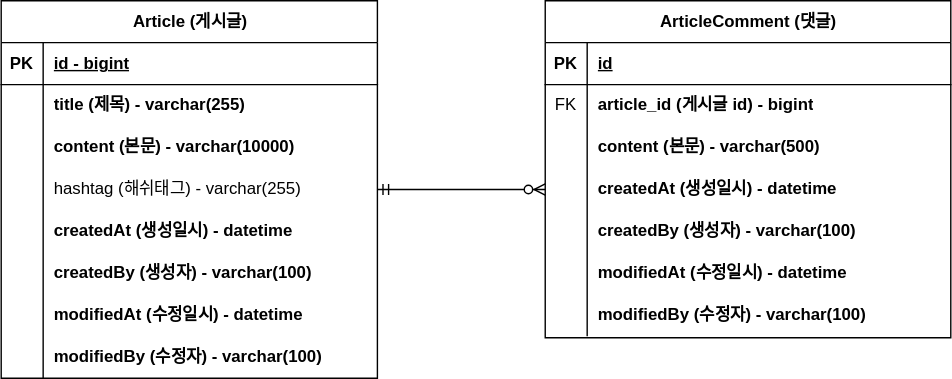
This is document/project-board-erd.svg from ChangGyu-Ryu/fastcampus-project-board, a draw.io export, as it was before one commit. Source tidied: cells renumbered, new cells last; positions are measured from the earlier drawing's top-left corner, leaving out a move shared by most shapes.
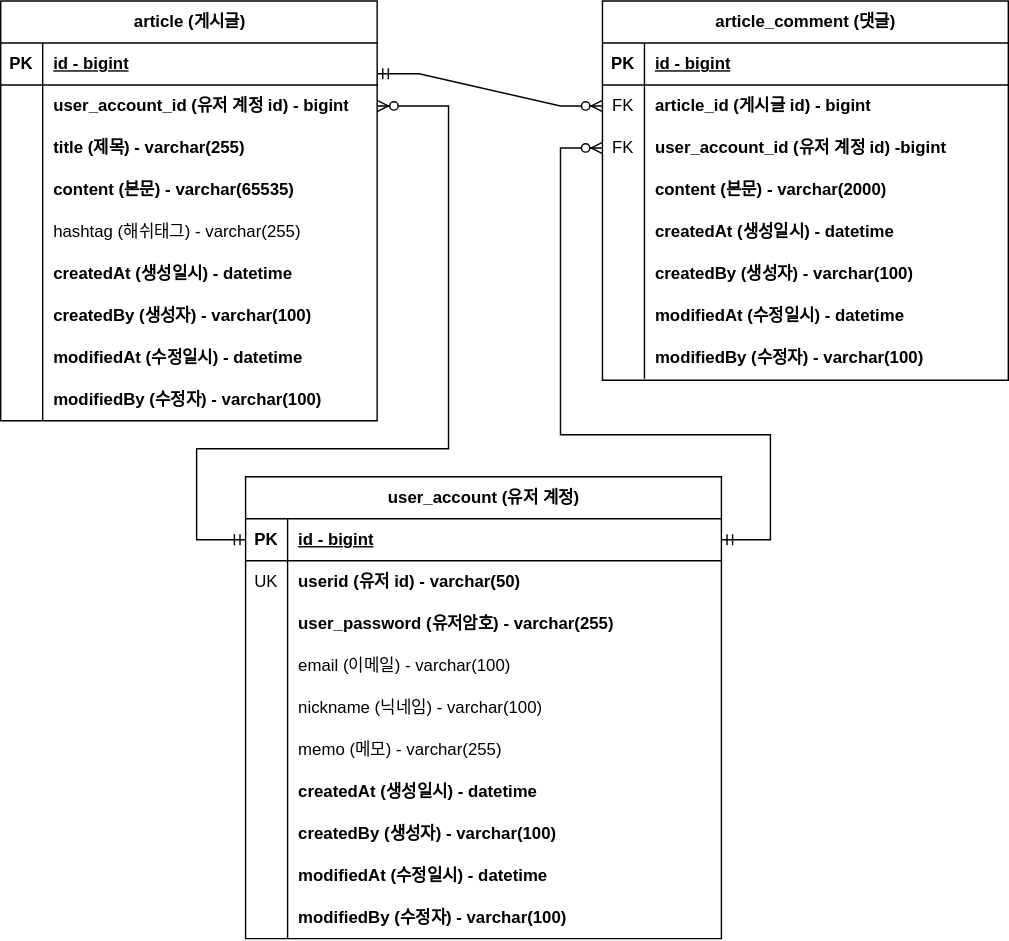
After the change.

Commit message:
#17 - 회원 계정 도메인 구현 및 erd 반영

What changed in the source:
```diff
@@ -4,4 +4,4 @@
     <mxCell id="1" parent="0" />
-    <mxCell id="2" value="Article (게시글)" style="shape=table;startSize=30;rowLines=0;fontStyle=1;align=center;html=1;" parent="1" vertex="1">
-      <mxGeometry width="269" height="270" as="geometry" />
+    <mxCell id="2" value="art&lt;span style=&quot;background-color: initial;&quot;&gt;icle (게시글)&lt;/span&gt;" style="shape=table;startSize=30;rowLines=0;fontStyle=1;align=center;html=1;" parent="1" vertex="1">
+      <mxGeometry x="-21" width="269" height="300" as="geometry" />
     </mxCell>
@@ -16,4 +16,13 @@
     </mxCell>
+    <mxCell id="50" style="shape=tableRow;horizontal=0;startSize=0;swimlaneHead=0;swimlaneBody=0;fillColor=none;points=[[0,0.5],[1,0.5]];portConstraint=eastwest;top=0;left=0;right=0;bottom=0;" parent="2" vertex="1">
+      <mxGeometry y="60" width="269" height="30" as="geometry" />
+    </mxCell>
+    <mxCell id="51" style="shape=partialRectangle;fillColor=none;top=0;left=0;bottom=0;right=0;overflow=hidden;whiteSpace=wrap;html=1;" parent="50" vertex="1">
+      <mxGeometry width="30" height="30" as="geometry" />
+    </mxCell>
+    <mxCell id="52" value="user_account_id (유저 계정 id) - bigint" style="shape=partialRectangle;fillColor=none;top=0;left=0;bottom=0;right=0;align=left;spacingLeft=6;overflow=hidden;whiteSpace=wrap;html=1;fontStyle=1;" parent="50" vertex="1">
+      <mxGeometry x="30" width="239" height="30" as="geometry" />
+    </mxCell>
     <mxCell id="6" style="shape=tableRow;horizontal=0;startSize=0;swimlaneHead=0;swimlaneBody=0;fillColor=none;top=0;left=0;right=0;bottom=0;" parent="2" vertex="1">
-      <mxGeometry y="60" width="269" height="30" as="geometry" />
+      <mxGeometry y="90" width="269" height="30" as="geometry" />
     </mxCell>
@@ -26,3 +35,3 @@
     <mxCell id="9" style="shape=tableRow;horizontal=0;startSize=0;swimlaneHead=0;swimlaneBody=0;fillColor=none;top=0;left=0;right=0;bottom=0;" parent="2" vertex="1">
-      <mxGeometry y="90" width="269" height="30" as="geometry" />
+      <mxGeometry y="120" width="269" height="30" as="geometry" />
     </mxCell>
@@ -31,3 +40,3 @@
     </mxCell>
-    <mxCell id="11" value="content (본문) - varchar(10000)" style="shape=partialRectangle;fillColor=none;top=0;left=0;bottom=0;right=0;align=left;spacingLeft=6;overflow=hidden;whiteSpace=wrap;html=1;fontStyle=1;" parent="9" vertex="1">
+    <mxCell id="11" value="content (본문) - varchar(65535)" style="shape=partialRectangle;fillColor=none;top=0;left=0;bottom=0;right=0;align=left;spacingLeft=6;overflow=hidden;whiteSpace=wrap;html=1;fontStyle=1;" parent="9" vertex="1">
       <mxGeometry x="30" width="239" height="30" as="geometry" />
@@ -35,3 +44,3 @@
     <mxCell id="12" style="shape=tableRow;horizontal=0;startSize=0;swimlaneHead=0;swimlaneBody=0;fillColor=none;points=[[0,0.5],[1,0.5]];portConstraint=eastwest;top=0;left=0;right=0;bottom=0;" parent="2" vertex="1">
-      <mxGeometry y="120" width="269" height="30" as="geometry" />
+      <mxGeometry y="150" width="269" height="30" as="geometry" />
     </mxCell>
@@ -44,3 +53,3 @@
     <mxCell id="15" style="shape=tableRow;horizontal=0;startSize=0;swimlaneHead=0;swimlaneBody=0;fillColor=none;top=0;left=0;right=0;bottom=0;" parent="2" vertex="1">
-      <mxGeometry y="150" width="269" height="30" as="geometry" />
+      <mxGeometry y="180" width="269" height="30" as="geometry" />
     </mxCell>
@@ -53,3 +62,3 @@
     <mxCell id="18" style="shape=tableRow;horizontal=0;startSize=0;swimlaneHead=0;swimlaneBody=0;fillColor=none;top=0;left=0;right=0;bottom=0;" parent="2" vertex="1">
-      <mxGeometry y="180" width="269" height="30" as="geometry" />
+      <mxGeometry y="210" width="269" height="30" as="geometry" />
     </mxCell>
@@ -62,3 +71,3 @@
     <mxCell id="21" style="shape=tableRow;horizontal=0;startSize=0;swimlaneHead=0;swimlaneBody=0;fillColor=none;top=0;left=0;right=0;bottom=0;" parent="2" vertex="1">
-      <mxGeometry y="210" width="269" height="30" as="geometry" />
+      <mxGeometry y="240" width="269" height="30" as="geometry" />
     </mxCell>
@@ -71,3 +80,3 @@
     <mxCell id="24" style="shape=tableRow;horizontal=0;startSize=0;swimlaneHead=0;swimlaneBody=0;fillColor=none;top=0;left=0;right=0;bottom=0;" parent="2" vertex="1">
-      <mxGeometry y="240" width="269" height="30" as="geometry" />
+      <mxGeometry y="270" width="269" height="30" as="geometry" />
     </mxCell>
@@ -79,4 +88,4 @@
     </mxCell>
-    <mxCell id="27" value="ArticleComment (댓글)" style="shape=table;startSize=30;rowLines=0;fontStyle=1;align=center;html=1;" parent="1" vertex="1">
-      <mxGeometry x="389" width="290" height="241" as="geometry" />
+    <mxCell id="27" value="article_comment (댓글)" style="shape=table;startSize=30;rowLines=0;fontStyle=1;align=center;html=1;" parent="1" vertex="1">
+      <mxGeometry x="409" width="290" height="271" as="geometry" />
     </mxCell>
@@ -88,3 +97,3 @@
     </mxCell>
-    <mxCell id="30" value="id" style="shape=partialRectangle;fillColor=none;top=0;left=0;bottom=0;right=0;align=left;spacingLeft=6;fontStyle=5;overflow=hidden;whiteSpace=wrap;html=1;" parent="28" vertex="1">
+    <mxCell id="30" value="id - bigint" style="shape=partialRectangle;fillColor=none;top=0;left=0;bottom=0;right=0;align=left;spacingLeft=6;fontStyle=5;overflow=hidden;whiteSpace=wrap;html=1;" parent="28" vertex="1">
       <mxGeometry x="30" width="260" height="30" as="geometry" />
@@ -100,4 +109,13 @@
     </mxCell>
+    <mxCell id="53" style="shape=tableRow;horizontal=0;startSize=0;swimlaneHead=0;swimlaneBody=0;fillColor=none;points=[[0,0.5],[1,0.5]];portConstraint=eastwest;top=0;left=0;right=0;bottom=0;" parent="27" vertex="1">
+      <mxGeometry y="90" width="290" height="30" as="geometry" />
+    </mxCell>
+    <mxCell id="54" value="FK" style="shape=partialRectangle;fillColor=none;top=0;left=0;bottom=0;right=0;overflow=hidden;whiteSpace=wrap;html=1;" parent="53" vertex="1">
+      <mxGeometry width="30" height="30" as="geometry" />
+    </mxCell>
+    <mxCell id="55" value="user_account_id (유저 계정 id) -bigint" style="shape=partialRectangle;fillColor=none;top=0;left=0;bottom=0;right=0;align=left;spacingLeft=6;overflow=hidden;whiteSpace=wrap;html=1;fontStyle=1;" parent="53" vertex="1">
+      <mxGeometry x="30" width="260" height="30" as="geometry" />
+    </mxCell>
     <mxCell id="34" style="shape=tableRow;horizontal=0;startSize=0;swimlaneHead=0;swimlaneBody=0;fillColor=none;top=0;left=0;right=0;bottom=0;" parent="27" vertex="1">
-      <mxGeometry y="90" width="290" height="30" as="geometry" />
+      <mxGeometry y="120" width="290" height="30" as="geometry" />
     </mxCell>
@@ -106,3 +124,3 @@
     </mxCell>
-    <mxCell id="36" value="content (본문) - varchar(500)" style="shape=partialRectangle;fillColor=none;top=0;left=0;bottom=0;right=0;align=left;spacingLeft=6;overflow=hidden;whiteSpace=wrap;html=1;fontStyle=1;" parent="34" vertex="1">
+    <mxCell id="36" value="content (본문) - varchar(2000)" style="shape=partialRectangle;fillColor=none;top=0;left=0;bottom=0;right=0;align=left;spacingLeft=6;overflow=hidden;whiteSpace=wrap;html=1;fontStyle=1;" parent="34" vertex="1">
       <mxGeometry x="30" width="260" height="30" as="geometry" />
@@ -110,3 +128,3 @@
     <mxCell id="37" style="shape=tableRow;horizontal=0;startSize=0;swimlaneHead=0;swimlaneBody=0;fillColor=none;points=[[0,0.5],[1,0.5]];portConstraint=eastwest;top=0;left=0;right=0;bottom=0;" parent="27" vertex="1">
-      <mxGeometry y="120" width="290" height="30" as="geometry" />
+      <mxGeometry y="150" width="290" height="30" as="geometry" />
     </mxCell>
@@ -119,3 +137,3 @@
     <mxCell id="40" style="shape=tableRow;horizontal=0;startSize=0;swimlaneHead=0;swimlaneBody=0;fillColor=none;top=0;left=0;right=0;bottom=0;" parent="27" vertex="1">
-      <mxGeometry y="150" width="290" height="30" as="geometry" />
+      <mxGeometry y="180" width="290" height="30" as="geometry" />
     </mxCell>
@@ -128,3 +146,3 @@
     <mxCell id="43" style="shape=tableRow;horizontal=0;startSize=0;swimlaneHead=0;swimlaneBody=0;fillColor=none;top=0;left=0;right=0;bottom=0;" parent="27" vertex="1">
-      <mxGeometry y="180" width="290" height="30" as="geometry" />
+      <mxGeometry y="210" width="290" height="30" as="geometry" />
     </mxCell>
@@ -137,3 +155,3 @@
     <mxCell id="46" style="shape=tableRow;horizontal=0;startSize=0;swimlaneHead=0;swimlaneBody=0;fillColor=none;top=0;left=0;right=0;bottom=0;" parent="27" vertex="1">
-      <mxGeometry y="210" width="290" height="30" as="geometry" />
+      <mxGeometry y="240" width="290" height="30" as="geometry" />
     </mxCell>
@@ -145,5 +163,123 @@
     </mxCell>
-    <mxCell id="49" style="edgeStyle=entityRelationEdgeStyle;fontSize=12;html=1;endArrow=ERzeroToMany;startArrow=ERmandOne;rounded=0;exitX=1;exitY=0.5;exitDx=0;exitDy=0;entryX=0;entryY=0.5;entryDx=0;entryDy=0;" parent="1" edge="1" source="12" target="37">
-      <mxGeometry relative="1" as="geometry" />
+    <mxCell id="49" style="edgeStyle=entityRelationEdgeStyle;fontSize=12;html=1;endArrow=ERzeroToMany;startArrow=ERmandOne;rounded=0;exitX=1;exitY=0.733;exitDx=0;exitDy=0;entryX=0;entryY=0.5;entryDx=0;entryDy=0;exitPerimeter=0;" parent="1" edge="1" source="3" target="31">
+      <mxGeometry relative="1" as="geometry">
+        <Array as="points">
+          <mxPoint x="269" y="40" />
+          <mxPoint x="269" y="40" />
+        </Array>
+      </mxGeometry>
     </mxCell>
+    <mxCell id="56" value="user_account (유저 계정)" style="shape=table;startSize=30;rowLines=0;fontStyle=1;align=center;html=1;" parent="1" vertex="1">
+      <mxGeometry x="154" y="340" width="340" height="330" as="geometry" />
+    </mxCell>
+    <mxCell id="57" style="shape=tableRow;horizontal=0;startSize=0;swimlaneHead=0;swimlaneBody=0;fillColor=none;points=[[0,0.5],[1,0.5]];portConstraint=eastwest;top=0;left=0;right=0;bottom=1;" parent="56" vertex="1">
+      <mxGeometry y="30" width="340" height="30" as="geometry" />
+    </mxCell>
+    <mxCell id="58" value="PK" style="shape=partialRectangle;fillColor=none;top=0;left=0;bottom=0;right=0;fontStyle=1;overflow=hidden;whiteSpace=wrap;html=1;" parent="57" vertex="1">
+      <mxGeometry width="30" height="30" as="geometry" />
+    </mxCell>
+    <mxCell id="59" value="id - bigint" style="shape=partialRectangle;fillColor=none;top=0;left=0;bottom=0;right=0;align=left;spacingLeft=6;fontStyle=5;overflow=hidden;whiteSpace=wrap;html=1;" parent="57" vertex="1">
+      <mxGeometry x="30" width="310" height="30" as="geometry" />
+    </mxCell>
+    <mxCell id="60" style="shape=tableRow;horizontal=0;startSize=0;swimlaneHead=0;swimlaneBody=0;fillColor=none;top=0;left=0;right=0;bottom=0;" parent="56" vertex="1">
+      <mxGeometry y="60" width="340" height="30" as="geometry" />
+    </mxCell>
+    <mxCell id="61" value="UK" style="shape=partialRectangle;fillColor=none;top=0;left=0;bottom=0;right=0;overflow=hidden;whiteSpace=wrap;html=1;" parent="60" vertex="1">
+      <mxGeometry width="30" height="30" as="geometry" />
+    </mxCell>
+    <mxCell id="62" value="userid (유저 id) - varchar(50)" style="shape=partialRectangle;fillColor=none;top=0;left=0;bottom=0;right=0;align=left;spacingLeft=6;overflow=hidden;whiteSpace=wrap;html=1;fontStyle=1;" parent="60" vertex="1">
+      <mxGeometry x="30" width="310" height="30" as="geometry" />
+    </mxCell>
+    <mxCell id="63" style="shape=tableRow;horizontal=0;startSize=0;swimlaneHead=0;swimlaneBody=0;fillColor=none;top=0;left=0;right=0;bottom=0;" parent="56" vertex="1">
+      <mxGeometry y="90" width="340" height="30" as="geometry" />
+    </mxCell>
+    <mxCell id="64" style="shape=partialRectangle;fillColor=none;top=0;left=0;bottom=0;right=0;overflow=hidden;whiteSpace=wrap;html=1;" parent="63" vertex="1">
+      <mxGeometry width="30" height="30" as="geometry" />
+    </mxCell>
+    <mxCell id="65" value="user_password (유저암호) - varchar(255)" style="shape=partialRectangle;fillColor=none;top=0;left=0;bottom=0;right=0;align=left;spacingLeft=6;overflow=hidden;whiteSpace=wrap;html=1;fontStyle=1;" parent="63" vertex="1">
+      <mxGeometry x="30" width="310" height="30" as="geometry" />
+    </mxCell>
+    <mxCell id="66" style="shape=tableRow;horizontal=0;startSize=0;swimlaneHead=0;swimlaneBody=0;fillColor=none;top=0;left=0;right=0;bottom=0;" parent="56" vertex="1">
+      <mxGeometry y="120" width="340" height="30" as="geometry" />
+    </mxCell>
+    <mxCell id="67" style="shape=partialRectangle;fillColor=none;top=0;left=0;bottom=0;right=0;overflow=hidden;whiteSpace=wrap;html=1;" parent="66" vertex="1">
+      <mxGeometry width="30" height="30" as="geometry" />
+    </mxCell>
+    <mxCell id="68" value="email (이메일) - varchar(100)" style="shape=partialRectangle;fillColor=none;top=0;left=0;bottom=0;right=0;align=left;spacingLeft=6;overflow=hidden;whiteSpace=wrap;html=1;" parent="66" vertex="1">
+      <mxGeometry x="30" width="310" height="30" as="geometry" />
+    </mxCell>
+    <mxCell id="69" style="shape=tableRow;horizontal=0;startSize=0;swimlaneHead=0;swimlaneBody=0;fillColor=none;top=0;left=0;right=0;bottom=0;" parent="56" vertex="1">
+      <mxGeometry y="150" width="340" height="30" as="geometry" />
+    </mxCell>
+    <mxCell id="70" style="shape=partialRectangle;fillColor=none;top=0;left=0;bottom=0;right=0;overflow=hidden;whiteSpace=wrap;html=1;" parent="69" vertex="1">
+      <mxGeometry width="30" height="30" as="geometry" />
+    </mxCell>
+    <mxCell id="71" value="nickname (닉네임) - varchar(100)" style="shape=partialRectangle;fillColor=none;top=0;left=0;bottom=0;right=0;align=left;spacingLeft=6;overflow=hidden;whiteSpace=wrap;html=1;" parent="69" vertex="1">
+      <mxGeometry x="30" width="310" height="30" as="geometry" />
+    </mxCell>
+    <mxCell id="72" style="shape=tableRow;horizontal=0;startSize=0;swimlaneHead=0;swimlaneBody=0;fillColor=none;top=0;left=0;right=0;bottom=0;" parent="56" vertex="1">
+      <mxGeometry y="180" width="340" height="30" as="geometry" />
+    </mxCell>
+    <mxCell id="73" style="shape=partialRectangle;fillColor=none;top=0;left=0;bottom=0;right=0;overflow=hidden;whiteSpace=wrap;html=1;" parent="72" vertex="1">
+      <mxGeometry width="30" height="30" as="geometry" />
+    </mxCell>
+    <mxCell id="74" value="memo (메모) - varchar(255)" style="shape=partialRectangle;fillColor=none;top=0;left=0;bottom=0;right=0;align=left;spacingLeft=6;overflow=hidden;whiteSpace=wrap;html=1;" parent="72" vertex="1">
+      <mxGeometry x="30" width="310" height="30" as="geometry" />
+    </mxCell>
+    <mxCell id="75" style="shape=tableRow;horizontal=0;startSize=0;swimlaneHead=0;swimlaneBody=0;fillColor=none;top=0;left=0;right=0;bottom=0;" parent="56" vertex="1">
+      <mxGeometry y="210" width="340" height="30" as="geometry" />
+    </mxCell>
+    <mxCell id="76" style="shape=partialRectangle;fillColor=none;top=0;left=0;bottom=0;right=0;overflow=hidden;whiteSpace=wrap;html=1;" parent="75" vertex="1">
+      <mxGeometry width="30" height="30" as="geometry" />
+    </mxCell>
+    <mxCell id="77" value="&lt;span style=&quot;font-weight: 700;&quot;&gt;createdAt (생성일시) - datetime&lt;/span&gt;" style="shape=partialRectangle;fillColor=none;top=0;left=0;bottom=0;right=0;align=left;spacingLeft=6;overflow=hidden;whiteSpace=wrap;html=1;" parent="75" vertex="1">
+      <mxGeometry x="30" width="310" height="30" as="geometry" />
+    </mxCell>
+    <mxCell id="78" style="shape=tableRow;horizontal=0;startSize=0;swimlaneHead=0;swimlaneBody=0;fillColor=none;top=0;left=0;right=0;bottom=0;" parent="56" vertex="1">
+      <mxGeometry y="240" width="340" height="30" as="geometry" />
+    </mxCell>
+    <mxCell id="79" style="shape=partialRectangle;fillColor=none;top=0;left=0;bottom=0;right=0;overflow=hidden;whiteSpace=wrap;html=1;" parent="78" vertex="1">
+      <mxGeometry width="30" height="30" as="geometry" />
+    </mxCell>
+    <mxCell id="80" value="&lt;span style=&quot;font-weight: 700;&quot;&gt;createdBy (생성자) - varchar(100)&lt;/span&gt;" style="shape=partialRectangle;fillColor=none;top=0;left=0;bottom=0;right=0;align=left;spacingLeft=6;overflow=hidden;whiteSpace=wrap;html=1;" parent="78" vertex="1">
+      <mxGeometry x="30" width="310" height="30" as="geometry" />
+    </mxCell>
+    <mxCell id="81" style="shape=tableRow;horizontal=0;startSize=0;swimlaneHead=0;swimlaneBody=0;fillColor=none;top=0;left=0;right=0;bottom=0;" parent="56" vertex="1">
+      <mxGeometry y="270" width="340" height="30" as="geometry" />
+    </mxCell>
+    <mxCell id="82" style="shape=partialRectangle;fillColor=none;top=0;left=0;bottom=0;right=0;overflow=hidden;whiteSpace=wrap;html=1;" parent="81" vertex="1">
+      <mxGeometry width="30" height="30" as="geometry" />
+    </mxCell>
+    <mxCell id="83" value="&lt;span style=&quot;font-weight: 700;&quot;&gt;modifiedAt (수정일시) - datetime&lt;/span&gt;" style="shape=partialRectangle;fillColor=none;top=0;left=0;bottom=0;right=0;align=left;spacingLeft=6;overflow=hidden;whiteSpace=wrap;html=1;" parent="81" vertex="1">
+      <mxGeometry x="30" width="310" height="30" as="geometry" />
+    </mxCell>
+    <mxCell id="84" style="shape=tableRow;horizontal=0;startSize=0;swimlaneHead=0;swimlaneBody=0;fillColor=none;top=0;left=0;right=0;bottom=0;" parent="56" vertex="1">
+      <mxGeometry y="300" width="340" height="30" as="geometry" />
+    </mxCell>
+    <mxCell id="85" style="shape=partialRectangle;fillColor=none;top=0;left=0;bottom=0;right=0;overflow=hidden;whiteSpace=wrap;html=1;" parent="84" vertex="1">
+      <mxGeometry width="30" height="30" as="geometry" />
+    </mxCell>
+    <mxCell id="86" value="&lt;span style=&quot;font-weight: 700;&quot;&gt;modifiedBy (수정자) - varchar(100)&lt;/span&gt;" style="shape=partialRectangle;fillColor=none;top=0;left=0;bottom=0;right=0;align=left;spacingLeft=6;overflow=hidden;whiteSpace=wrap;html=1;" parent="84" vertex="1">
+      <mxGeometry x="30" width="310" height="30" as="geometry" />
+    </mxCell>
+    <mxCell id="87" style="edgeStyle=orthogonalEdgeStyle;fontSize=12;html=1;endArrow=ERzeroToMany;startArrow=ERmandOne;rounded=0;exitX=1;exitY=0.5;exitDx=0;exitDy=0;entryX=0;entryY=0.5;entryDx=0;entryDy=0;" parent="1" edge="1" source="57" target="53">
+      <mxGeometry relative="1" as="geometry">
+        <Array as="points">
+          <mxPoint x="529" y="385" />
+          <mxPoint x="529" y="310" />
+          <mxPoint x="379" y="310" />
+          <mxPoint x="379" y="105" />
+        </Array>
+      </mxGeometry>
+    </mxCell>
+    <mxCell id="88" style="edgeStyle=orthogonalEdgeStyle;fontSize=12;html=1;endArrow=ERzeroToMany;startArrow=ERmandOne;rounded=0;entryX=1;entryY=0.5;entryDx=0;entryDy=0;exitX=0;exitY=0.5;exitDx=0;exitDy=0;" parent="1" edge="1" source="57" target="50">
+      <mxGeometry relative="1" as="geometry">
+        <Array as="points">
+          <mxPoint x="119" y="385" />
+          <mxPoint x="119" y="320" />
+          <mxPoint x="299" y="320" />
+          <mxPoint x="299" y="75" />
+        </Array>
+      </mxGeometry>
+    </mxCell>
   </root>
```
